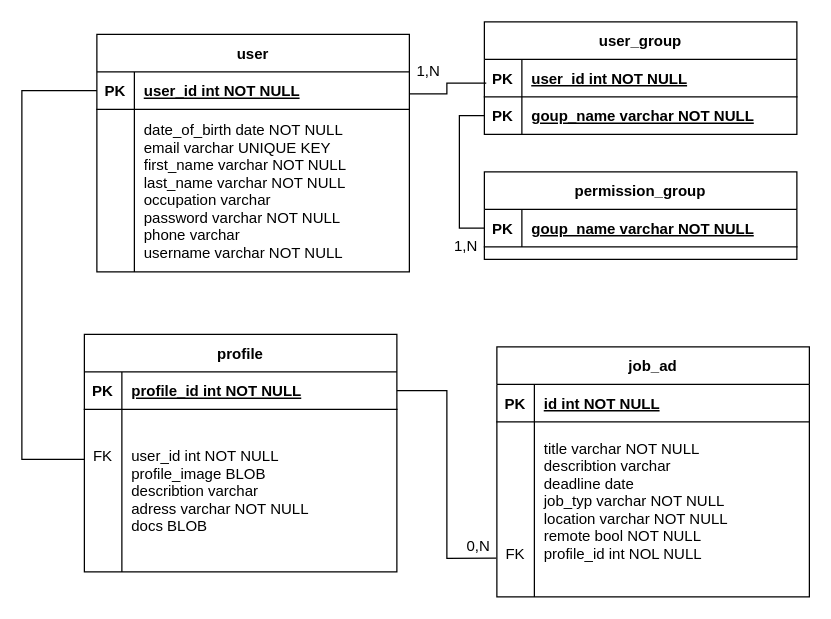
Earlier version of the draw.io diagram doc/diagram/ERDiagram.drawio (KlaraGolubovic/SE02). Source tidied: cells renumbered, new cells numbered last; positions are measured from the earlier drawing's top-left corner, leaving out a move shared by most shapes. Both pictures are drawn from the tidied source at 125%, with x=0, y=0 at pixel (21, 21).
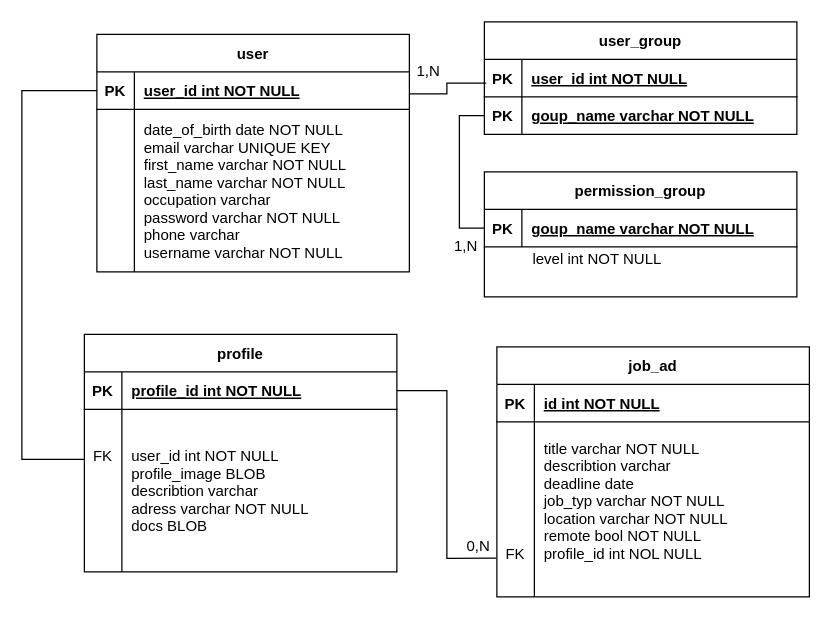
Above is the later version.

Commit message:
update ER: add level attribute

The edit, as a diff of the source:
```diff
@@
     <mxCell id="9" value="permission_group" style="shape=table;startSize=30;childLayout=tableLayout;rowLines=0;fontStyle=1;align=center;" parent="1" vertex="1">
-      <mxGeometry x="370" y="120" width="250" height="70" as="geometry" />
+      <mxGeometry x="370" y="120" width="250" height="100" as="geometry" />
     </mxCell>
@@
+    <mxCell id="41" value="level int NOT NULL" style="text;html=1;align=center;verticalAlign=middle;strokeColor=none;fillColor=none;" parent="1" vertex="1">
+      <mxGeometry x="400" y="180" width="120" height="20" as="geometry" />
+    </mxCell>
```
